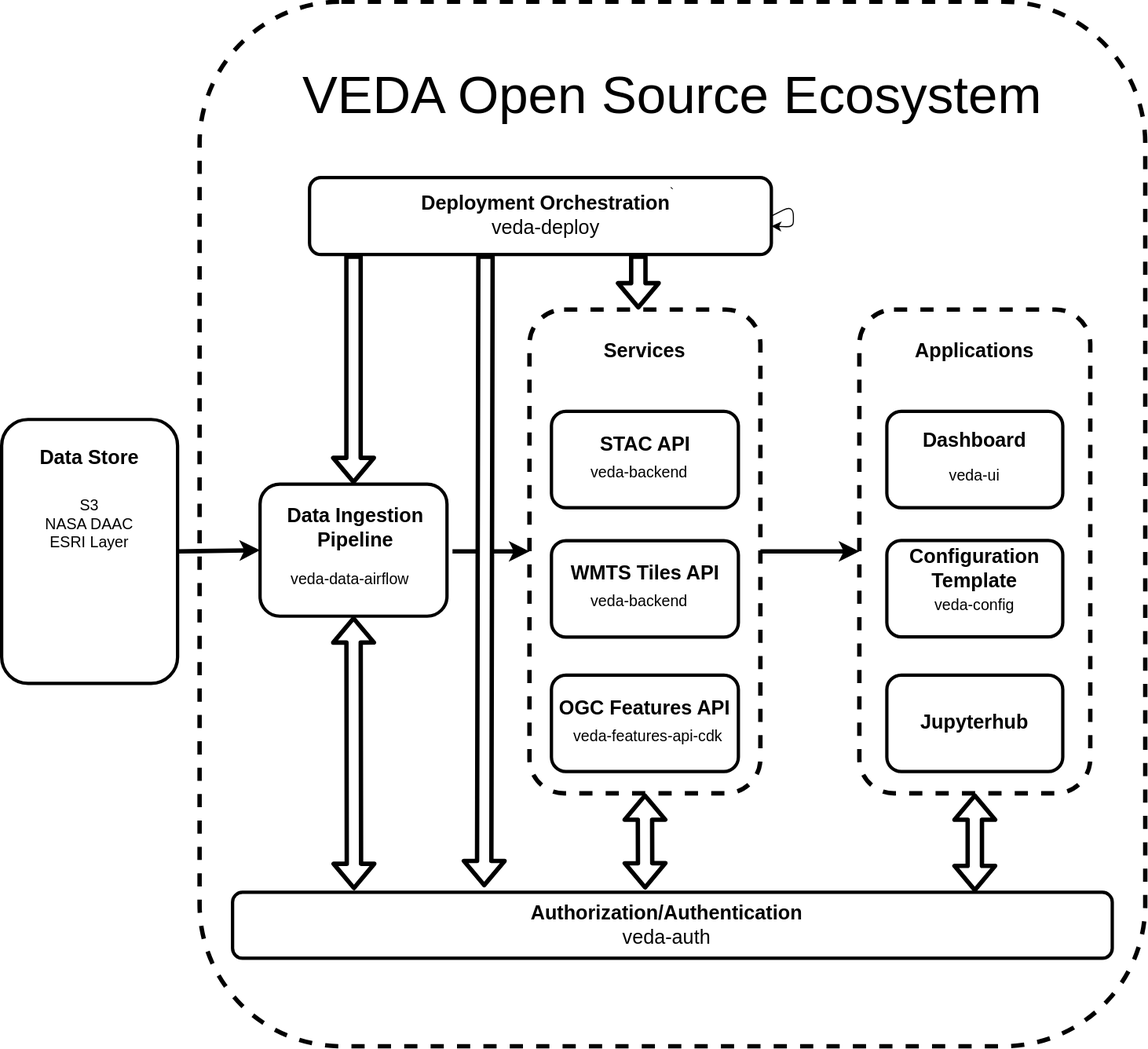
This is architecture/veda-overview-bw.svg from NASA-IMPACT/veda-docs, a draw.io export, as it was before one commit. Source tidied: cells renumbered, new cells last; positions are measured from the earlier drawing's top-left corner, leaving out a move shared by most shapes.
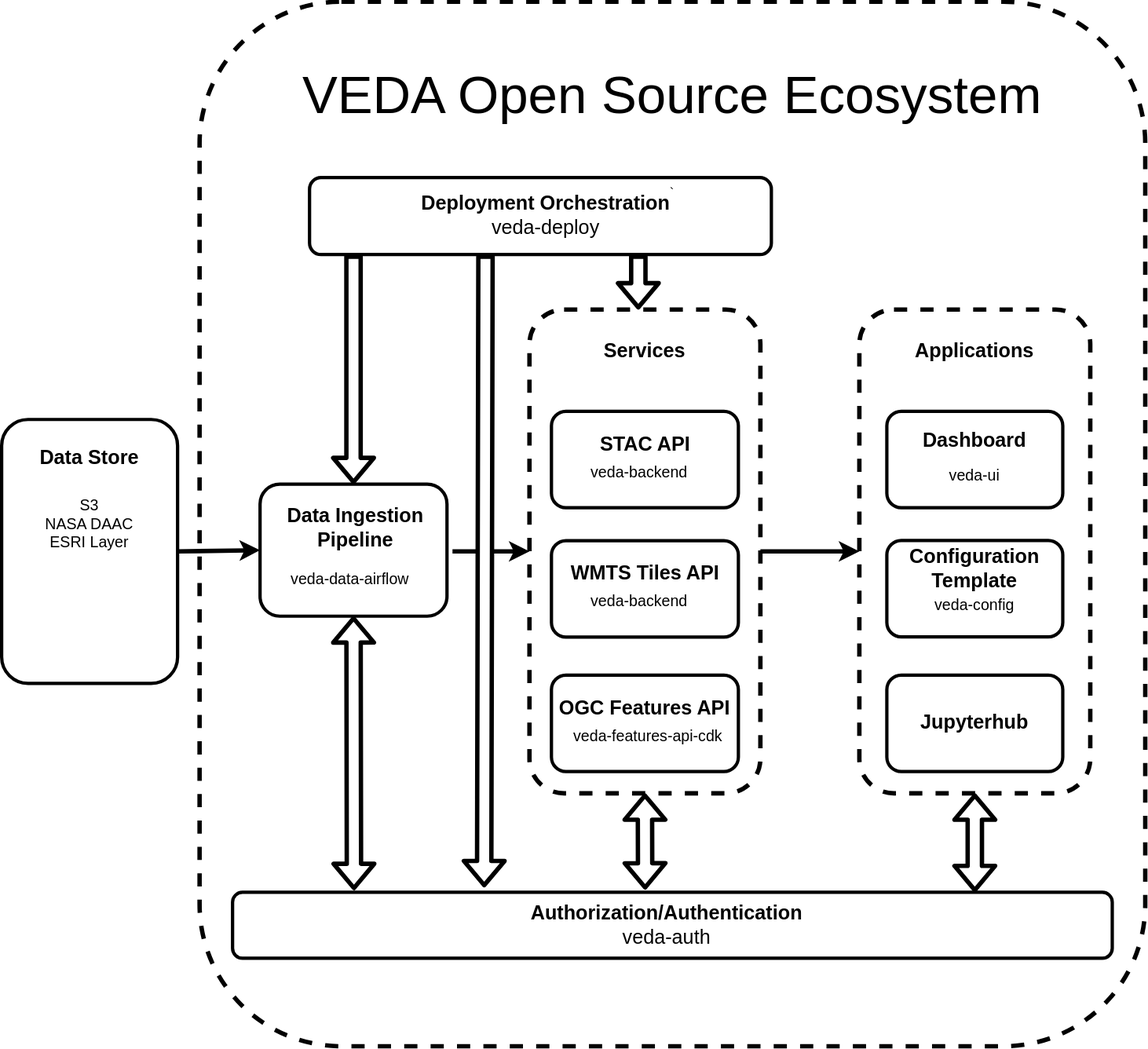
Above is the later version.

Commit message:
remove hidden arrow

Diff of the diagram source:
```diff
@@ -107,9 +107,6 @@
     <mxCell id="36" value="&lt;font color=&quot;#000000&quot; style=&quot;font-size: 18px;&quot;&gt;&lt;b&gt;Deployment Orchestration&lt;br&gt;&lt;/b&gt;veda-deploy&lt;br&gt;&lt;/font&gt;" style="text;html=1;strokeColor=none;fillColor=none;align=center;verticalAlign=middle;whiteSpace=wrap;rounded=0;strokeWidth=3;fontSize=14;" parent="34" vertex="1">
       <mxGeometry x="50" y="17.5" width="330" height="35" as="geometry" />
     </mxCell>
-    <mxCell id="37" style="edgeStyle=none;html=1;exitX=1;exitY=0.5;exitDx=0;exitDy=0;fontSize=18;" parent="34" edge="1" source="35" target="35">
-      <mxGeometry relative="1" as="geometry" />
-    </mxCell>
     <mxCell id="38" style="endArrow=classic;html=1;fontSize=18;exitX=1;exitY=0.5;exitDx=0;exitDy=0;entryX=0;entryY=0.5;entryDx=0;entryDy=0;strokeColor=#000000;strokeWidth=4;" parent="1" edge="1" source="10" target="2">
       <mxGeometry relative="1" as="geometry" />
     </mxCell>
```
